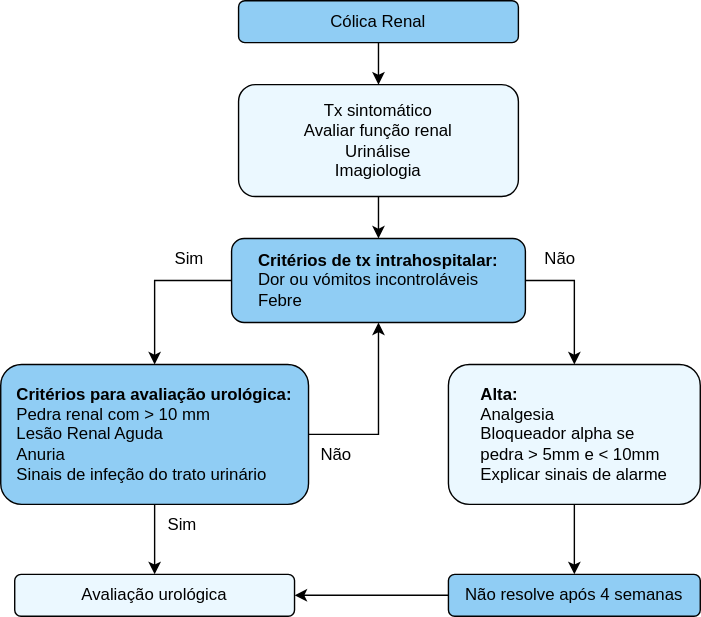
The draw.io diagram public/markdown/colica_renal_abordagem.svg in afonsocachim/heal-in-one, before a commit. Source tidied: cells renumbered, new cells last; positions are measured from the earlier drawing's top-left corner, leaving out a move shared by most shapes.
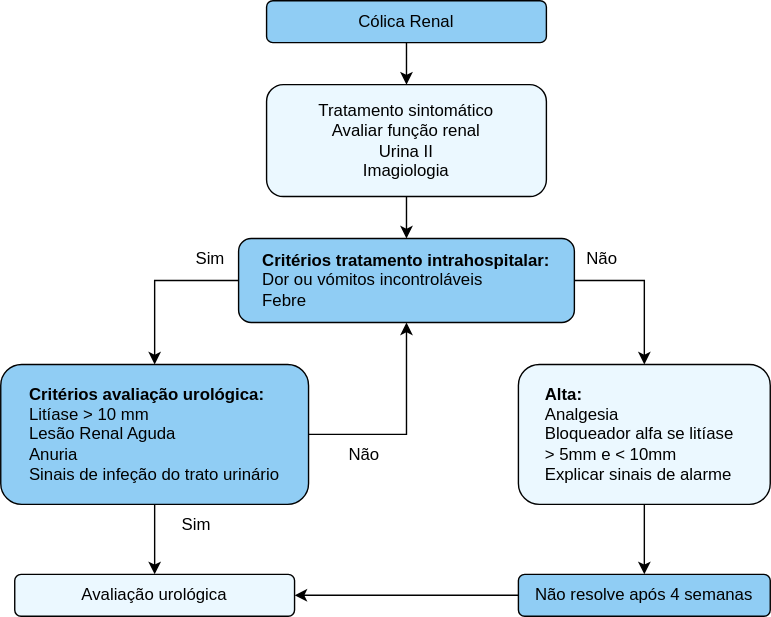
Later version of the same file.

Diff of the diagram source:
```diff
@@ -11,7 +11,7 @@
     <mxCell id="4" style="edgeStyle=orthogonalEdgeStyle;rounded=0;jettySize=auto;html=1;entryX=0.5;entryY=0;entryDx=0;entryDy=0;" parent="1" edge="1" source="5" target="8">
       <mxGeometry relative="1" as="geometry" />
     </mxCell>
-    <mxCell id="5" value="&lt;div&gt;Tx sintomático&lt;/div&gt;&lt;div&gt;Avaliar função renal&lt;/div&gt;&lt;div&gt;Urinálise&lt;/div&gt;&lt;div&gt;Imagiologia&lt;br&gt;&lt;/div&gt;" style="rounded=1;whiteSpace=wrap;html=1;align=center;fillColor=#ebf8ff;" parent="1" vertex="1">
+    <mxCell id="5" value="&lt;div&gt;Tratamento sintomático&lt;/div&gt;&lt;div&gt;Avaliar função renal&lt;/div&gt;&lt;div&gt;Urina II&lt;br&gt;&lt;/div&gt;&lt;div&gt;Imagiologia&lt;br&gt;&lt;/div&gt;" style="rounded=1;whiteSpace=wrap;html=1;align=center;fillColor=#ebf8ff;" parent="1" vertex="1">
       <mxGeometry x="170" y="60" width="200" height="80" as="geometry" />
     </mxCell>
     <mxCell id="6" style="edgeStyle=orthogonalEdgeStyle;rounded=0;jettySize=auto;html=1;entryX=0.5;entryY=0;entryDx=0;entryDy=0;exitX=0;exitY=0.5;exitDx=0;exitDy=0;" parent="1" edge="1" source="8" target="11">
@@ -20,8 +20,8 @@
     <mxCell id="7" style="edgeStyle=orthogonalEdgeStyle;rounded=0;jettySize=auto;html=1;exitX=1;exitY=0.5;exitDx=0;exitDy=0;entryX=0.5;entryY=0;entryDx=0;entryDy=0;" parent="1" edge="1" source="8" target="18">
       <mxGeometry relative="1" as="geometry" />
     </mxCell>
-    <mxCell id="8" value="&lt;div align=&quot;left&quot;&gt;&lt;b&gt;Critérios de tx intrahospitalar:&lt;/b&gt;&lt;/div&gt;&lt;div align=&quot;left&quot;&gt;Dor ou vómitos incontroláveis&lt;/div&gt;&lt;div align=&quot;left&quot;&gt;Febre&lt;br&gt;&lt;/div&gt;" style="rounded=1;whiteSpace=wrap;html=1;fillColor=#90cdf4;align=center;" parent="1" vertex="1">
-      <mxGeometry x="165" y="170" width="210" height="60" as="geometry" />
+    <mxCell id="8" value="&lt;div align=&quot;left&quot;&gt;&lt;b&gt;Critérios tratamento intrahospitalar:&lt;/b&gt;&lt;/div&gt;&lt;div align=&quot;left&quot;&gt;Dor ou vómitos incontroláveis&lt;/div&gt;&lt;div align=&quot;left&quot;&gt;Febre&lt;br&gt;&lt;/div&gt;" style="rounded=1;whiteSpace=wrap;html=1;fillColor=#90cdf4;align=center;" parent="1" vertex="1">
+      <mxGeometry x="150" y="170" width="240" height="60" as="geometry" />
     </mxCell>
     <mxCell id="9" style="edgeStyle=orthogonalEdgeStyle;rounded=0;jettySize=auto;html=1;entryX=0.5;entryY=1;entryDx=0;entryDy=0;exitX=1;exitY=0.5;exitDx=0;exitDy=0;" parent="1" edge="1" source="11" target="8">
       <mxGeometry relative="1" as="geometry" />
@@ -29,35 +29,35 @@
     <mxCell id="10" style="edgeStyle=orthogonalEdgeStyle;rounded=0;jettySize=auto;html=1;entryX=0.5;entryY=0;entryDx=0;entryDy=0;" parent="1" edge="1" source="11" target="15">
       <mxGeometry relative="1" as="geometry" />
     </mxCell>
-    <mxCell id="11" value="&lt;div&gt;&lt;b&gt;Critérios para avaliação urológica:&lt;/b&gt;&lt;/div&gt;&lt;div&gt;&lt;div align=&quot;left&quot;&gt;Pedra renal com &amp;gt; 10 mm&lt;/div&gt;&lt;div align=&quot;left&quot;&gt;&lt;div align=&quot;left&quot;&gt;Lesão Renal Aguda&lt;br&gt;&lt;/div&gt;&lt;div align=&quot;left&quot;&gt;Anuria&lt;/div&gt;&lt;div align=&quot;left&quot;&gt;Sinais de infeção do trato urinário&lt;/div&gt;&lt;/div&gt;&lt;/div&gt;" style="rounded=1;whiteSpace=wrap;html=1;fillColor=#90cdf4;" parent="1" vertex="1">
-      <mxGeometry y="260" width="220" height="100" as="geometry" />
+    <mxCell id="11" value="&lt;div align=&quot;left&quot;&gt;&lt;b&gt;Critérios avaliação urológica:&lt;/b&gt;&lt;/div&gt;&lt;div&gt;&lt;div align=&quot;left&quot;&gt;Litíase &amp;gt; 10 mm&lt;/div&gt;&lt;div align=&quot;left&quot;&gt;&lt;div align=&quot;left&quot;&gt;Lesão Renal Aguda&lt;br&gt;&lt;/div&gt;&lt;div align=&quot;left&quot;&gt;Anuria&lt;/div&gt;&lt;div align=&quot;left&quot;&gt;Sinais de infeção do trato urinário&lt;/div&gt;&lt;/div&gt;&lt;/div&gt;" style="rounded=1;whiteSpace=wrap;html=1;fillColor=#90cdf4;" parent="1" vertex="1">
+      <mxGeometry x="-20" y="260" width="220" height="100" as="geometry" />
     </mxCell>
     <mxCell id="12" value="Sim" style="text;html=1;strokeColor=none;fillColor=none;align=center;verticalAlign=middle;whiteSpace=wrap;rounded=0;" parent="1" vertex="1">
-      <mxGeometry x="105" y="170" width="60" height="30" as="geometry" />
+      <mxGeometry x="100" y="170" width="60" height="30" as="geometry" />
     </mxCell>
     <mxCell id="13" value="Não" style="text;html=1;strokeColor=none;fillColor=none;align=center;verticalAlign=middle;whiteSpace=wrap;rounded=0;" parent="1" vertex="1">
-      <mxGeometry x="370" y="170" width="60" height="30" as="geometry" />
+      <mxGeometry x="380" y="170" width="60" height="30" as="geometry" />
     </mxCell>
     <mxCell id="14" value="Não" style="text;html=1;strokeColor=none;fillColor=none;align=center;verticalAlign=middle;whiteSpace=wrap;rounded=0;" parent="1" vertex="1">
       <mxGeometry x="210" y="310" width="60" height="30" as="geometry" />
     </mxCell>
     <mxCell id="15" value="Avaliação urológica" style="rounded=1;whiteSpace=wrap;html=1;align=center;fillColor=#ebf8ff;" parent="1" vertex="1">
-      <mxGeometry x="10" y="410" width="200" height="30" as="geometry" />
+      <mxGeometry x="-10" y="410" width="200" height="30" as="geometry" />
     </mxCell>
     <mxCell id="16" value="Sim" style="text;html=1;strokeColor=none;fillColor=none;align=center;verticalAlign=middle;whiteSpace=wrap;rounded=0;" parent="1" vertex="1">
-      <mxGeometry x="100" y="360" width="60" height="30" as="geometry" />
+      <mxGeometry x="90" y="360" width="60" height="30" as="geometry" />
     </mxCell>
     <mxCell id="17" style="edgeStyle=orthogonalEdgeStyle;rounded=0;jettySize=auto;html=1;entryX=0.5;entryY=0;entryDx=0;entryDy=0;" parent="1" edge="1" source="18" target="20">
       <mxGeometry relative="1" as="geometry" />
     </mxCell>
-    <mxCell id="18" value="&lt;div align=&quot;left&quot;&gt;&lt;b&gt;Alta:&lt;/b&gt;&lt;/div&gt;&lt;div align=&quot;left&quot;&gt;Analgesia&lt;/div&gt;&lt;div align=&quot;left&quot;&gt;Bloqueador alpha se&amp;nbsp;&lt;/div&gt;&lt;div align=&quot;left&quot;&gt;pedra &amp;gt; 5mm e &amp;lt; 10mm&lt;br&gt;&lt;/div&gt;&lt;div align=&quot;left&quot;&gt;Explicar sinais de alarme&lt;br&gt;&lt;/div&gt;" style="rounded=1;whiteSpace=wrap;html=1;align=center;fillColor=#ebf8ff;" parent="1" vertex="1">
-      <mxGeometry x="320" y="260" width="180" height="100" as="geometry" />
+    <mxCell id="18" value="&lt;div align=&quot;left&quot;&gt;&lt;b&gt;Alta:&lt;/b&gt;&lt;/div&gt;&lt;div align=&quot;left&quot;&gt;Analgesia&lt;/div&gt;&lt;div align=&quot;left&quot;&gt;Bloqueador alfa se litíase&amp;nbsp;&amp;nbsp;&lt;/div&gt;&lt;div align=&quot;left&quot;&gt;&amp;gt; 5mm e &amp;lt; 10mm&lt;br&gt;&lt;/div&gt;&lt;div align=&quot;left&quot;&gt;Explicar sinais de alarme&lt;br&gt;&lt;/div&gt;" style="rounded=1;whiteSpace=wrap;html=1;align=center;fillColor=#ebf8ff;" parent="1" vertex="1">
+      <mxGeometry x="350" y="260" width="180" height="100" as="geometry" />
     </mxCell>
     <mxCell id="19" style="edgeStyle=orthogonalEdgeStyle;rounded=0;jettySize=auto;html=1;entryX=1;entryY=0.5;entryDx=0;entryDy=0;" parent="1" edge="1" source="20" target="15">
       <mxGeometry relative="1" as="geometry" />
     </mxCell>
     <mxCell id="20" value="&lt;div align=&quot;left&quot;&gt;Não resolve após 4 semanas&lt;/div&gt;" style="rounded=1;whiteSpace=wrap;html=1;fillColor=#90cdf4;align=center;" parent="1" vertex="1">
-      <mxGeometry x="320" y="410" width="180" height="30" as="geometry" />
+      <mxGeometry x="350" y="410" width="180" height="30" as="geometry" />
     </mxCell>
   </root>
 </mxGraphModel>
```
